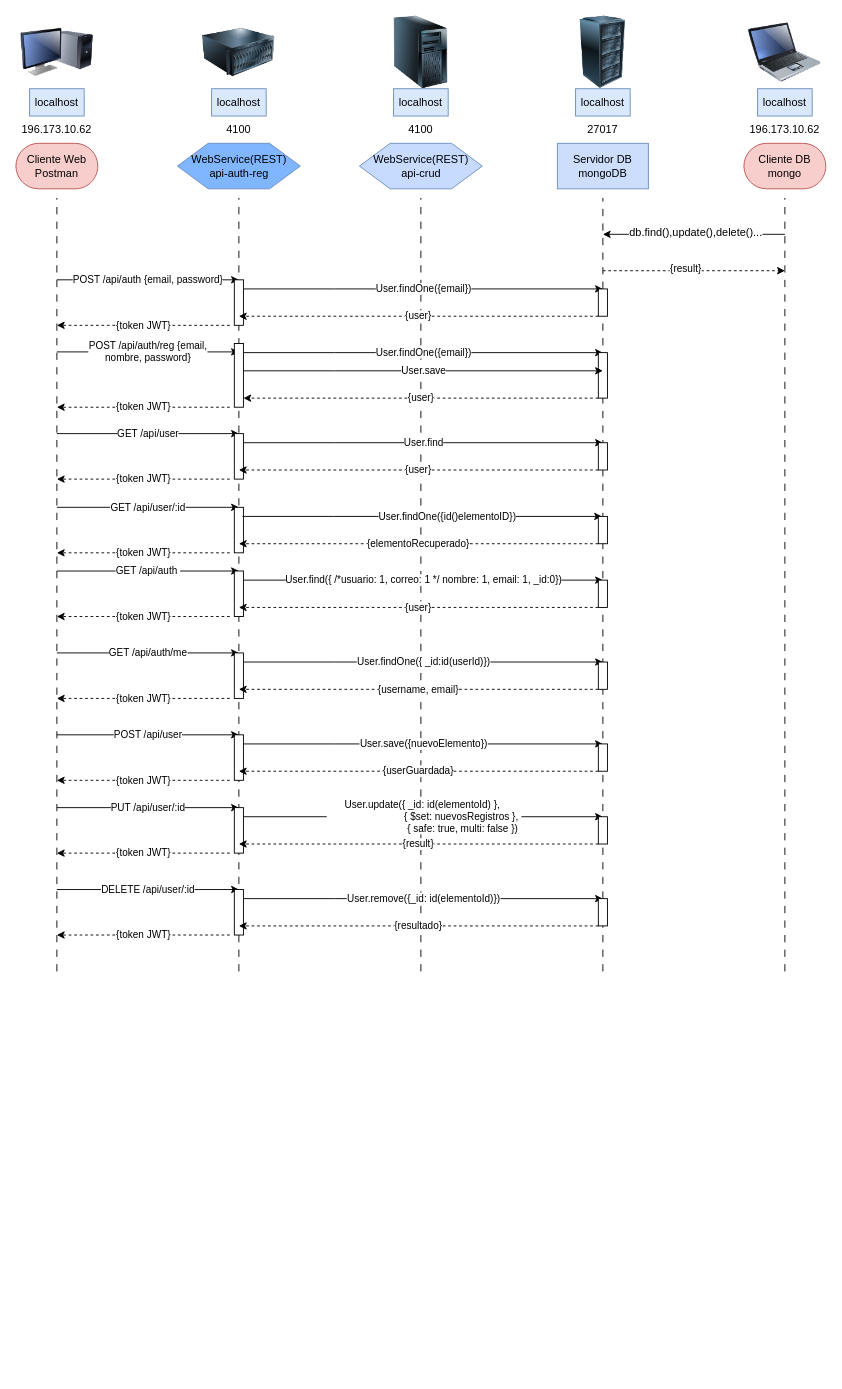
This is Diagrama de Secuencia.drawio from AceDen97/SD, a draw.io file, before an edit. Source tidied: cells renumbered, new cells numbered last; positions are measured from the earlier drawing's top-left corner, leaving out a move shared by most shapes. Both pictures are drawn from the tidied source at 91%, with x=0, y=0 at pixel (15, 15).
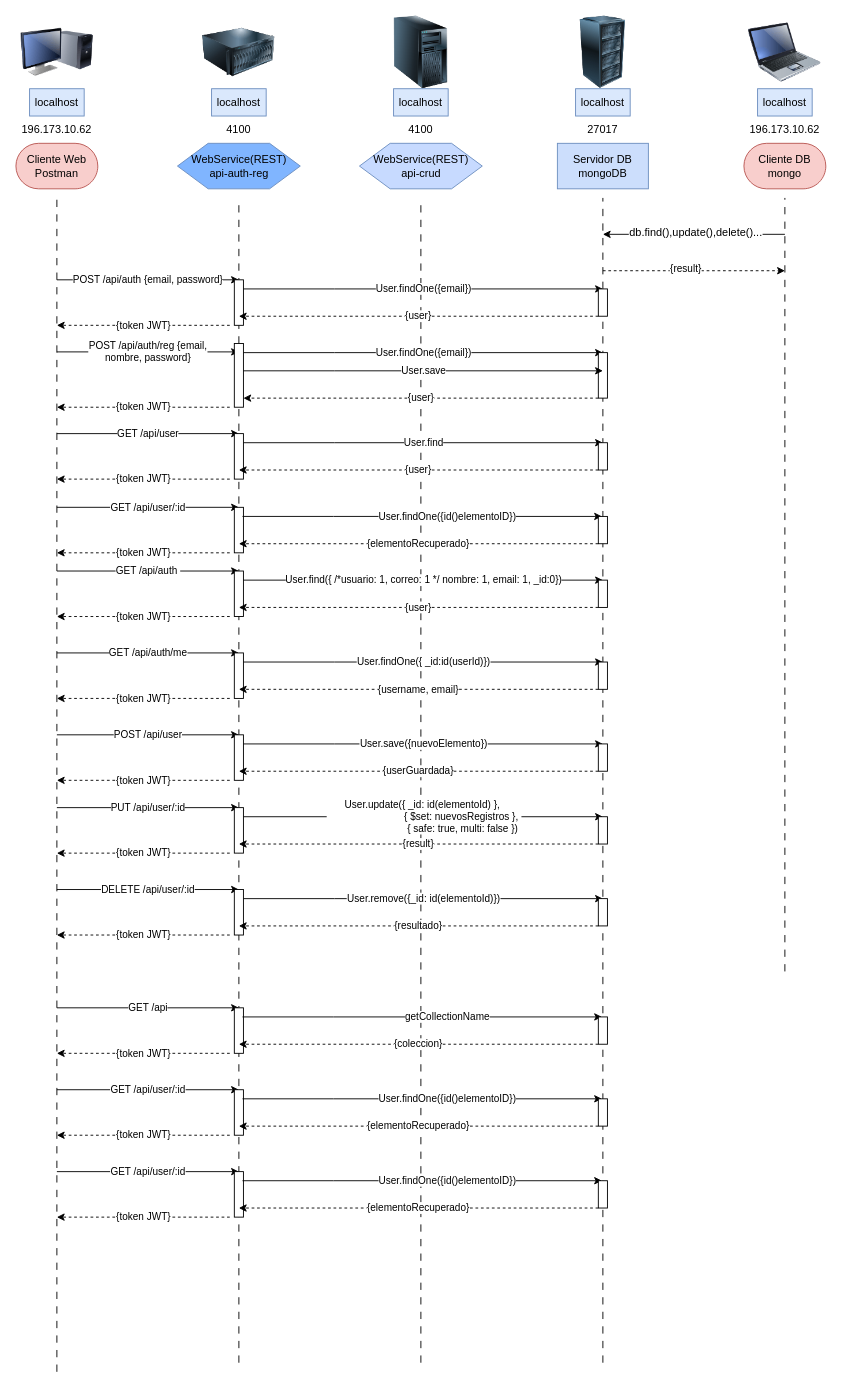
Above is the later version.

Unchanged cells that the change refers to:
```xml
<mxCell id="35" style="rounded=0;whiteSpace=wrap;html=1;" parent="1" vertex="1">
  <mxGeometry x="640" y="300" width="10" height="30" as="geometry" />
</mxCell>
```

What changed in the source:
```diff
@@
     <mxCell id="7" style="endArrow=none;dashed=1;html=1;rounded=0;dashPattern=8 8;" parent="1" edge="1">
       <mxGeometry relative="1" as="geometry">
-        <mxPoint x="45" y="1050" as="sourcePoint" />
+        <mxPoint x="45" y="1490" as="sourcePoint" />
         <mxPoint x="45" y="200" as="targetPoint" />
       </mxGeometry>
     </mxCell>
     <mxCell id="8" style="endArrow=none;dashed=1;html=1;rounded=0;dashPattern=8 8;" parent="1" edge="1">
       <mxGeometry relative="1" as="geometry">
-        <mxPoint x="245" y="1050" as="sourcePoint" />
+        <mxPoint x="245" y="1480" as="sourcePoint" />
         <mxPoint x="245" y="200" as="targetPoint" />
       </mxGeometry>
     </mxCell>
     <mxCell id="9" style="endArrow=none;dashed=1;html=1;rounded=0;dashPattern=8 8;" parent="1" edge="1">
       <mxGeometry relative="1" as="geometry">
-        <mxPoint x="445" y="1050" as="sourcePoint" />
+        <mxPoint x="445" y="1480" as="sourcePoint" />
         <mxPoint x="445" y="200" as="targetPoint" />
       </mxGeometry>
     </mxCell>
@@
     <mxCell id="34" style="endArrow=none;dashed=1;html=1;rounded=0;dashPattern=8 8;" parent="1" edge="1" target="35">
       <mxGeometry relative="1" as="geometry">
-        <mxPoint x="645" y="1050" as="sourcePoint" />
+        <mxPoint x="645" y="1480" as="sourcePoint" />
       </mxGeometry>
     </mxCell>
@@
+    <mxCell id="87" value="GET /api" style="endArrow=classic;html=1;rounded=0;" parent="1" edge="1">
+      <mxGeometry relative="1" as="geometry">
+        <mxPoint x="45" y="1090" as="sourcePoint" />
+        <mxPoint x="245" y="1090" as="targetPoint" />
+        <Array as="points">
+          <mxPoint x="145" y="1090" />
+        </Array>
+      </mxGeometry>
+    </mxCell>
+    <mxCell id="88" style="rounded=0;whiteSpace=wrap;html=1;" parent="1" vertex="1">
+      <mxGeometry x="240" y="1090" width="10" height="50" as="geometry" />
+    </mxCell>
+    <mxCell id="89" value="getCollectionName" style="endArrow=classic;html=1;rounded=0;" parent="1" edge="1">
+      <mxGeometry x="0.14" relative="1" as="geometry">
+        <mxPoint x="249" y="1100" as="sourcePoint" />
+        <mxPoint x="644" y="1100" as="targetPoint" />
+        <Array as="points">
+          <mxPoint x="349" y="1100" />
+        </Array>
+      </mxGeometry>
+    </mxCell>
+    <mxCell id="90" style="rounded=0;whiteSpace=wrap;html=1;" parent="1" vertex="1">
+      <mxGeometry x="640" y="1100" width="10" height="30" as="geometry" />
+    </mxCell>
+    <mxCell id="91" value="{coleccion}" style="endArrow=classic;html=1;rounded=0;exitX=0;exitY=1;exitDx=0;exitDy=0;dashed=1;" parent="1" edge="1" source="90">
+      <mxGeometry relative="1" as="geometry">
+        <mxPoint x="245" y="1130" as="targetPoint" />
+      </mxGeometry>
+    </mxCell>
+    <mxCell id="92" value="{token JWT}" style="endArrow=classic;html=1;rounded=0;dashed=1;" parent="1" edge="1">
+      <mxGeometry relative="1" as="geometry">
+        <mxPoint x="235" y="1140" as="sourcePoint" />
+        <mxPoint x="45" y="1140" as="targetPoint" />
+      </mxGeometry>
+    </mxCell>
+    <mxCell id="93" value="GET /api/user/:id" style="endArrow=classic;html=1;rounded=0;" parent="1" edge="1">
+      <mxGeometry relative="1" as="geometry">
+        <mxPoint x="45" y="1180" as="sourcePoint" />
+        <mxPoint x="245" y="1180" as="targetPoint" />
+        <Array as="points">
+          <mxPoint x="145" y="1180" />
+        </Array>
+      </mxGeometry>
+    </mxCell>
+    <mxCell id="94" style="rounded=0;whiteSpace=wrap;html=1;" parent="1" vertex="1">
+      <mxGeometry x="240" y="1180" width="10" height="50" as="geometry" />
+    </mxCell>
+    <mxCell id="95" value="User.findOne({id()elementoID})" style="endArrow=classic;html=1;rounded=0;" parent="1" edge="1">
+      <mxGeometry x="0.14" relative="1" as="geometry">
+        <mxPoint x="249" y="1190" as="sourcePoint" />
+        <mxPoint x="644" y="1190" as="targetPoint" />
+        <Array as="points">
+          <mxPoint x="349" y="1190" />
+        </Array>
+      </mxGeometry>
+    </mxCell>
+    <mxCell id="96" style="rounded=0;whiteSpace=wrap;html=1;" parent="1" vertex="1">
+      <mxGeometry x="640" y="1190" width="10" height="30" as="geometry" />
+    </mxCell>
+    <mxCell id="97" value="{elementoRecuperado}" style="endArrow=classic;html=1;rounded=0;exitX=0;exitY=1;exitDx=0;exitDy=0;dashed=1;" parent="1" edge="1" source="96">
+      <mxGeometry relative="1" as="geometry">
+        <mxPoint x="245" y="1220" as="targetPoint" />
+      </mxGeometry>
+    </mxCell>
+    <mxCell id="98" value="{token JWT}" style="endArrow=classic;html=1;rounded=0;dashed=1;" parent="1" edge="1">
+      <mxGeometry relative="1" as="geometry">
+        <mxPoint x="235" y="1230" as="sourcePoint" />
+        <mxPoint x="45" y="1230" as="targetPoint" />
+      </mxGeometry>
+    </mxCell>
+    <mxCell id="99" value="GET /api/user/:id" style="endArrow=classic;html=1;rounded=0;" parent="1" edge="1">
+      <mxGeometry relative="1" as="geometry">
+        <mxPoint x="45" y="1270" as="sourcePoint" />
+        <mxPoint x="245" y="1270" as="targetPoint" />
+        <Array as="points">
+          <mxPoint x="145" y="1270" />
+        </Array>
+      </mxGeometry>
+    </mxCell>
+    <mxCell id="100" style="rounded=0;whiteSpace=wrap;html=1;" parent="1" vertex="1">
+      <mxGeometry x="240" y="1270" width="10" height="50" as="geometry" />
+    </mxCell>
+    <mxCell id="101" value="User.findOne({id()elementoID})" style="endArrow=classic;html=1;rounded=0;" parent="1" edge="1">
+      <mxGeometry x="0.14" relative="1" as="geometry">
+        <mxPoint x="249" y="1280" as="sourcePoint" />
+        <mxPoint x="644" y="1280" as="targetPoint" />
+        <Array as="points">
+          <mxPoint x="349" y="1280" />
+        </Array>
+      </mxGeometry>
+    </mxCell>
+    <mxCell id="102" style="rounded=0;whiteSpace=wrap;html=1;" parent="1" vertex="1">
+      <mxGeometry x="640" y="1280" width="10" height="30" as="geometry" />
+    </mxCell>
+    <mxCell id="103" value="{elementoRecuperado}" style="endArrow=classic;html=1;rounded=0;exitX=0;exitY=1;exitDx=0;exitDy=0;dashed=1;" parent="1" edge="1" source="102">
+      <mxGeometry relative="1" as="geometry">
+        <mxPoint x="245" y="1310" as="targetPoint" />
+      </mxGeometry>
+    </mxCell>
+    <mxCell id="104" value="{token JWT}" style="endArrow=classic;html=1;rounded=0;dashed=1;" parent="1" edge="1">
+      <mxGeometry relative="1" as="geometry">
+        <mxPoint x="235" y="1320" as="sourcePoint" />
+        <mxPoint x="45" y="1320" as="targetPoint" />
+      </mxGeometry>
+    </mxCell>
```
